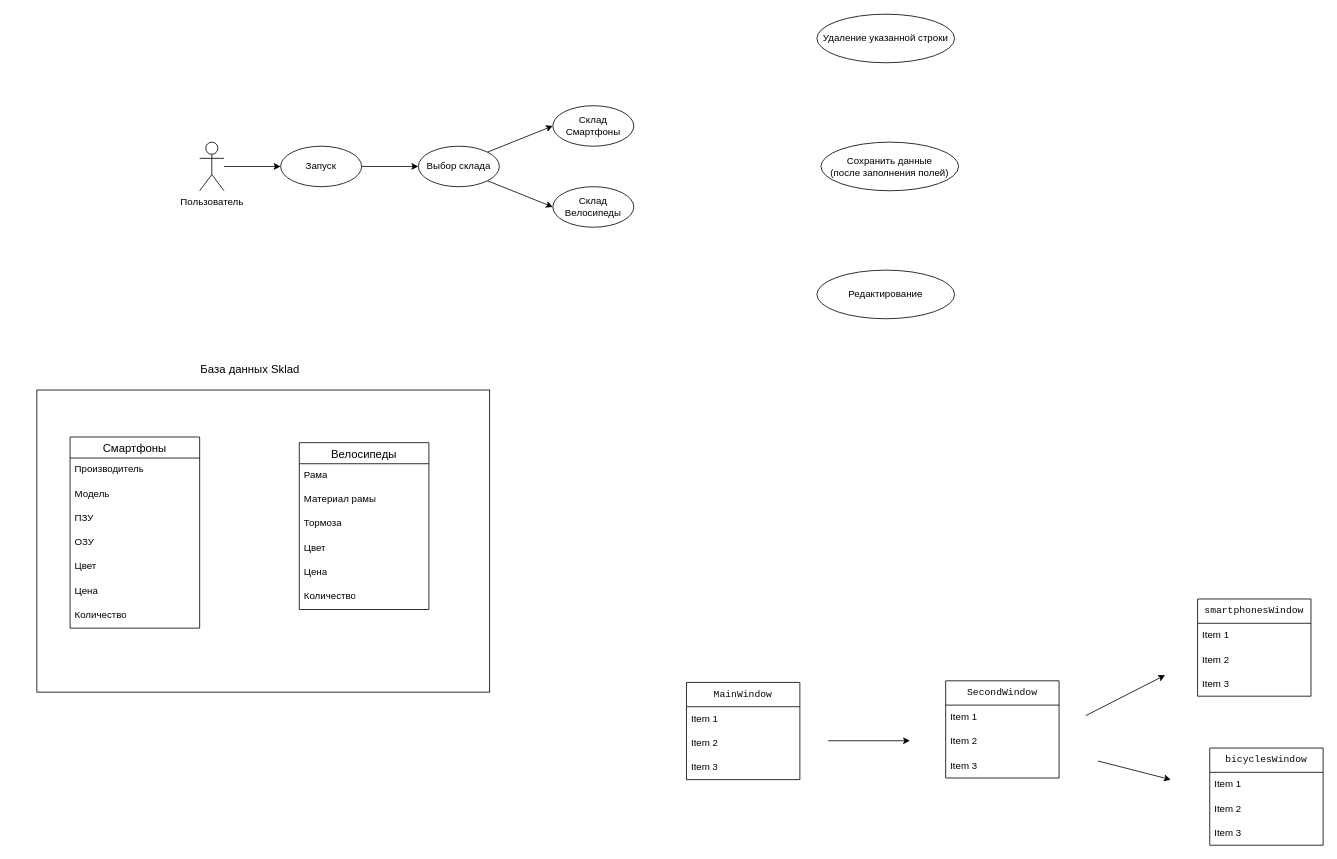
Before: Диаграмма прецедентов.drawio in Aazmandiuc/MDK_01.01, a draw.io diagram. Source tidied: cells renumbered, new cells numbered last; positions are measured from the earlier drawing's top-left corner, leaving out a move shared by most shapes. Both pictures are drawn from the tidied source at 81%, with x=0, y=0 at pixel (36, 14).
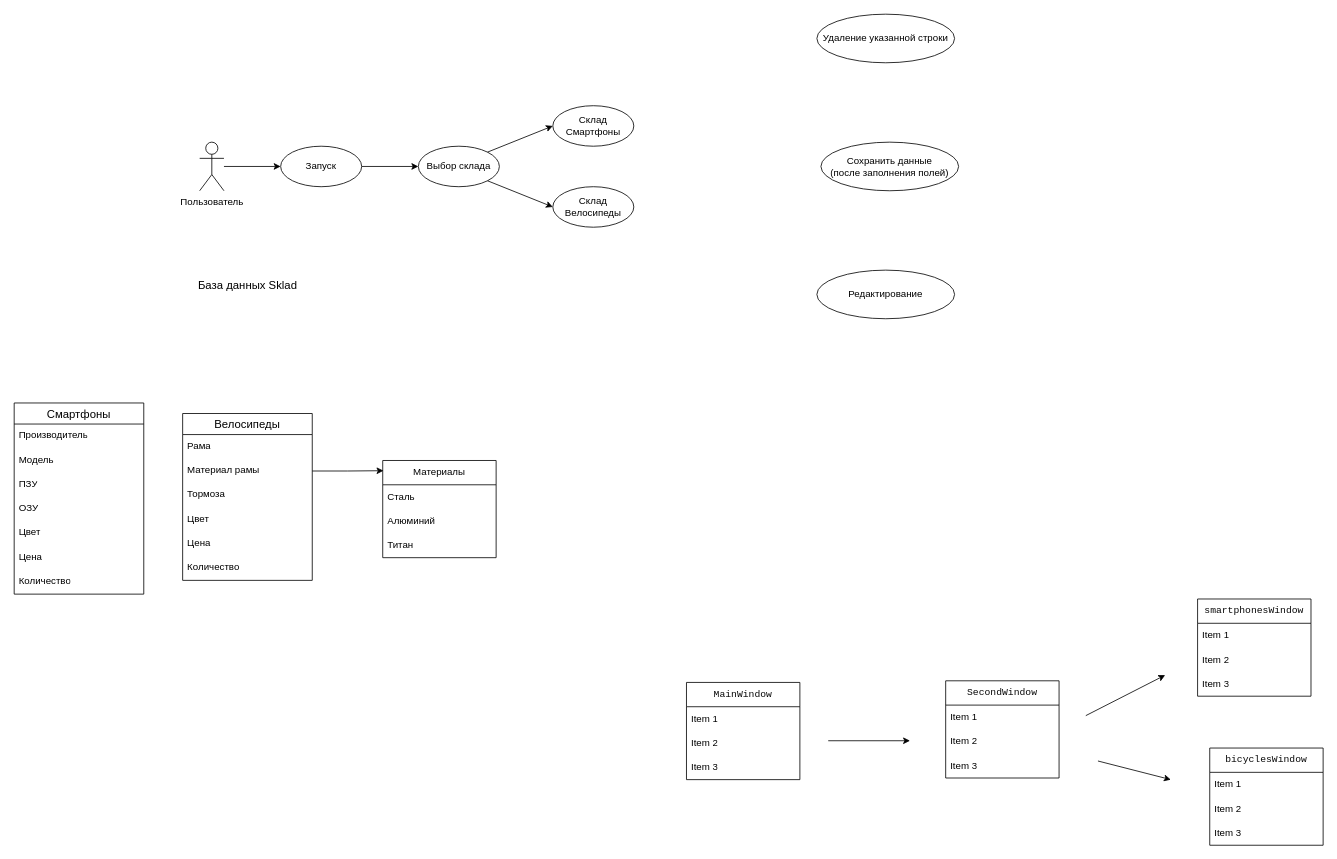
The same page after the edit.

Unchanged cells that the change refers to:
```xml
<mxCell id="25" value="Материал рамы" style="text;strokeColor=none;fillColor=none;spacingLeft=4;spacingRight=4;overflow=hidden;points=[[0,0.5],[1,0.5]];portConstraint=eastwest;fontSize=12;whiteSpace=wrap;html=1;" parent="23" vertex="1">
  <mxGeometry y="56" width="160" height="30" as="geometry" />
</mxCell>
```

What changed in the source:
```diff
@@
-    <mxCell id="2" style="rounded=0;whiteSpace=wrap;html=1;" parent="1" vertex="1">
-      <mxGeometry y="464" width="559" height="373" as="geometry" />
-    </mxCell>
@@
     <mxCell id="15" value="Смартфоны" style="swimlane;fontStyle=0;horizontal=1;startSize=26;align=center;fontSize=14;" parent="1" vertex="1">
-      <mxGeometry x="41" y="522" width="160" height="236" as="geometry" />
+      <mxGeometry x="-28" y="480" width="160" height="236" as="geometry" />
     </mxCell>
@@
     <mxCell id="23" value="Велосипеды" style="swimlane;fontStyle=0;horizontal=1;startSize=26;align=center;fontSize=14;" parent="1" vertex="1">
-      <mxGeometry x="324" y="529" width="160" height="206" as="geometry" />
+      <mxGeometry x="180" y="493" width="160" height="206" as="geometry" />
     </mxCell>
@@
     <mxCell id="30" value="&lt;font style=&quot;font-size: 14px;&quot;&gt;База данных&amp;nbsp;Sklad&lt;/font&gt;" style="text;html=1;align=center;verticalAlign=middle;strokeColor=none;fillColor=none;" parent="1" vertex="1">
-      <mxGeometry x="193" y="423" width="140" height="29" as="geometry" />
+      <mxGeometry x="190" y="320" width="140" height="29" as="geometry" />
     </mxCell>
@@
+    <mxCell id="50" value="Материалы" style="swimlane;fontStyle=0;horizontal=1;startSize=30;whiteSpace=wrap;html=1;" parent="1" vertex="1">
+      <mxGeometry x="427" y="551" width="140" height="120" as="geometry" />
+    </mxCell>
+    <mxCell id="51" value="Сталь" style="text;strokeColor=none;fillColor=none;align=left;verticalAlign=middle;spacingLeft=4;spacingRight=4;overflow=hidden;whiteSpace=wrap;html=1;" parent="50" vertex="1">
+      <mxGeometry y="30" width="140" height="30" as="geometry" />
+    </mxCell>
+    <mxCell id="52" value="Алюминий" style="text;strokeColor=none;fillColor=none;align=left;verticalAlign=middle;spacingLeft=4;spacingRight=4;overflow=hidden;whiteSpace=wrap;html=1;" parent="50" vertex="1">
+      <mxGeometry y="60" width="140" height="30" as="geometry" />
+    </mxCell>
+    <mxCell id="53" value="Титан" style="text;strokeColor=none;fillColor=none;align=left;verticalAlign=middle;spacingLeft=4;spacingRight=4;overflow=hidden;whiteSpace=wrap;html=1;" parent="50" vertex="1">
+      <mxGeometry y="90" width="140" height="30" as="geometry" />
+    </mxCell>
+    <mxCell id="54" style="edgeStyle=orthogonalEdgeStyle;rounded=0;jettySize=auto;html=1;exitX=1;exitY=0.5;exitDx=0;exitDy=0;entryX=0.007;entryY=0.105;entryDx=0;entryDy=0;entryPerimeter=0;" parent="1" edge="1" source="25" target="50">
+      <mxGeometry relative="1" as="geometry" />
+    </mxCell>
```
